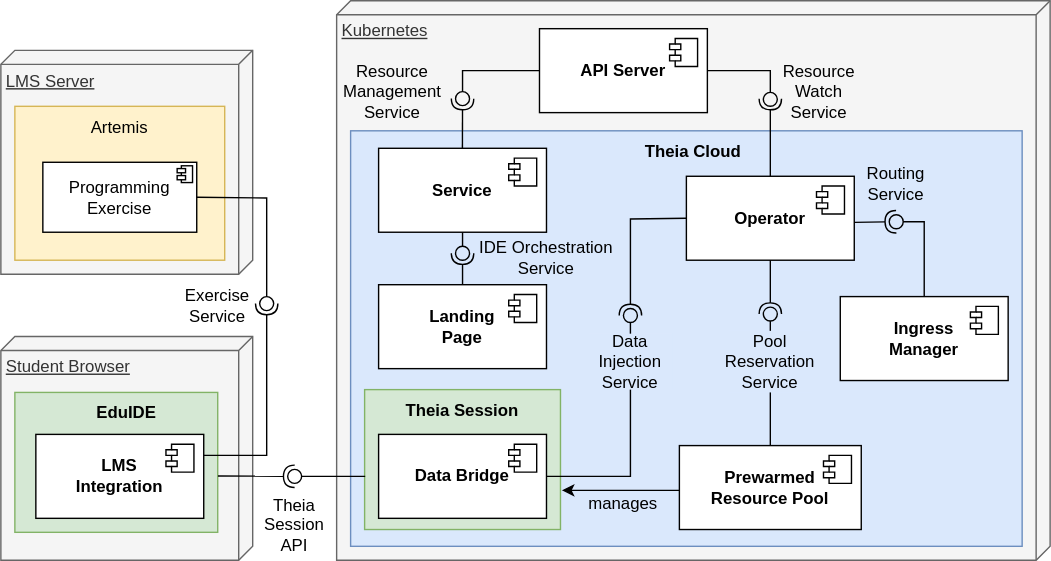
Before: figures/ssd4.svg, a diagram exported from draw.io (lukaskratzel/ba). Source tidied: cells renumbered, new cells last; positions are measured from the earlier drawing's top-left corner, leaving out a move shared by most shapes.
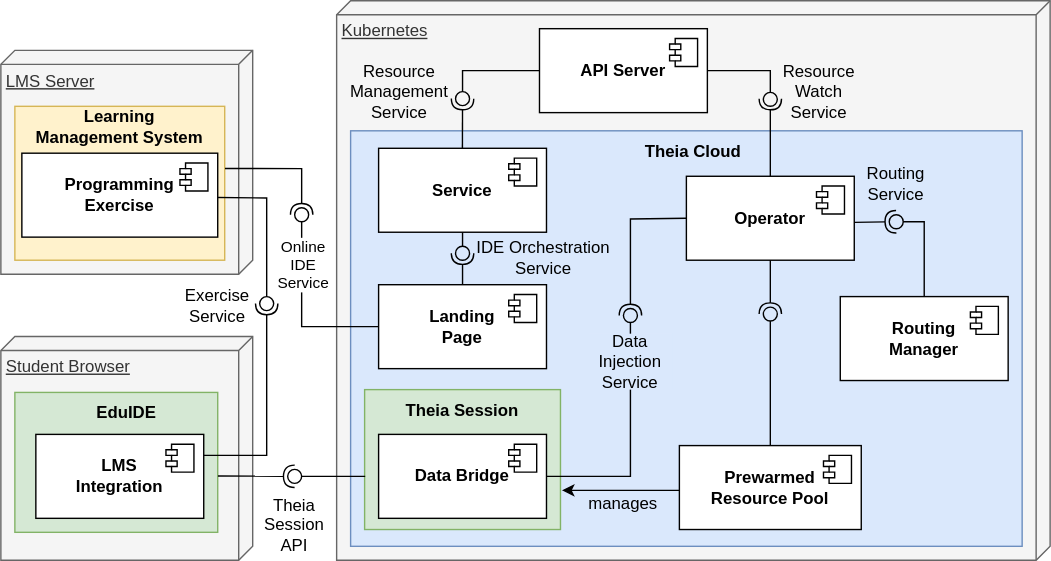
Later version of the same file.

The edit, as a diff of the source:
```diff
@@ -8,12 +8,9 @@
     <mxCell id="3" style="html=1;whiteSpace=wrap;fillColor=#fff2cc;strokeColor=#d6b656;" parent="1" vertex="1">
       <mxGeometry x="10" y="75.5" width="150" height="110" as="geometry" />
     </mxCell>
-    <mxCell id="4" value="Artemis" style="text;html=1;whiteSpace=wrap;strokeColor=none;fillColor=none;align=center;verticalAlign=middle;rounded=0;" parent="1" vertex="1">
-      <mxGeometry x="55" y="75.5" width="60" height="30" as="geometry" />
+    <mxCell id="4" value="&lt;b&gt;Learning&lt;/b&gt;&lt;div&gt;&lt;b&gt;Management System&lt;/b&gt;&lt;/div&gt;" style="text;html=1;whiteSpace=wrap;strokeColor=none;fillColor=none;align=center;verticalAlign=middle;rounded=0;fontStyle=0;" parent="1" vertex="1">
+      <mxGeometry x="10" y="75.5" width="150" height="30" as="geometry" />
     </mxCell>
-    <mxCell id="5" value="Programming Exercise" style="html=1;whiteSpace=wrap;" parent="1" vertex="1">
-      <mxGeometry x="30" y="115.5" width="110" height="50" as="geometry" />
-    </mxCell>
     <mxCell id="6" value="Kubernetes" style="verticalAlign=top;align=left;spacingTop=8;spacingLeft=2;spacingRight=12;shape=cube;size=10;direction=south;fontStyle=4;html=1;whiteSpace=wrap;shadow=0;fillStyle=auto;fillColor=#f5f5f5;fontColor=#333333;strokeColor=#666666;" parent="1" vertex="1">
       <mxGeometry x="240" width="510" height="400" as="geometry" />
     </mxCell>
@@ -23,18 +20,6 @@
     <mxCell id="8" style="ellipse;whiteSpace=wrap;html=1;align=center;fillColor=none;strokeColor=none;perimeter=centerPerimeter;" parent="1" vertex="1">
       <mxGeometry x="535" y="230" width="10" height="10" as="geometry" />
     </mxCell>
-    <mxCell id="9" style="group;" parent="1" vertex="1">
-      <mxGeometry x="126" y="118" width="11" height="12" as="geometry" />
-    </mxCell>
-    <mxCell id="10" style="rounded=0;whiteSpace=wrap;html=1;strokeWidth=1;" parent="9" vertex="1">
-      <mxGeometry x="3" width="8" height="12" as="geometry" />
-    </mxCell>
-    <mxCell id="11" style="rounded=0;whiteSpace=wrap;html=1;" parent="9" vertex="1">
-      <mxGeometry y="2" width="6" height="3" as="geometry" />
-    </mxCell>
-    <mxCell id="12" style="rounded=0;whiteSpace=wrap;html=1;" parent="9" vertex="1">
-      <mxGeometry y="7" width="6" height="3" as="geometry" />
-    </mxCell>
     <mxCell id="13" value="Student Browser" style="verticalAlign=top;align=left;spacingTop=8;spacingLeft=2;spacingRight=12;shape=cube;size=10;direction=south;fontStyle=4;html=1;whiteSpace=wrap;fillColor=#f5f5f5;fontColor=#333333;strokeColor=#666666;" parent="1" vertex="1">
       <mxGeometry y="240" width="180" height="160" as="geometry" />
     </mxCell>
@@ -96,7 +81,7 @@
         <mxPoint x="-27" y="7" as="offset" />
       </mxGeometry>
     </mxCell>
-    <mxCell id="30" value="&lt;b&gt;Ingress&lt;/b&gt;&lt;div&gt;&lt;b&gt;Manager&lt;/b&gt;&lt;/div&gt;" style="html=1;whiteSpace=wrap;" parent="1" vertex="1">
+    <mxCell id="30" value="&lt;b&gt;Routing&lt;/b&gt;&lt;div&gt;&lt;b&gt;Manager&lt;/b&gt;&lt;/div&gt;" style="html=1;whiteSpace=wrap;" parent="1" vertex="1">
       <mxGeometry x="600" y="211.5" width="120" height="60" as="geometry" />
     </mxCell>
     <mxCell id="31" style="shape=module;jettyWidth=8;jettyHeight=4;" parent="30" vertex="1">
@@ -108,7 +93,7 @@
       <mxGeometry x="610" y="115.5" width="60" height="30" as="geometry" />
     </mxCell>
     <mxCell id="33" value="Resource Management Service" style="text;html=1;whiteSpace=wrap;strokeColor=none;fillColor=none;align=center;verticalAlign=middle;rounded=0;" parent="1" vertex="1">
-      <mxGeometry x="250" y="50" width="60" height="30" as="geometry" />
+      <mxGeometry x="245" y="50" width="80" height="30" as="geometry" />
     </mxCell>
     <mxCell id="34" value="Resource&lt;div&gt;Watch&lt;/div&gt;&lt;div&gt;Service&lt;/div&gt;" style="text;html=1;whiteSpace=wrap;strokeColor=none;fillColor=none;align=center;verticalAlign=middle;rounded=0;" parent="1" vertex="1">
       <mxGeometry x="555" y="50" width="60" height="30" as="geometry" />
@@ -174,9 +159,6 @@
         <mxPoint x="550" y="224" as="targetPoint" />
       </mxGeometry>
     </mxCell>
-    <mxCell id="49" value="Pool&lt;div&gt;Reservation&lt;div&gt;Service&lt;/div&gt;&lt;/div&gt;" style="text;html=1;whiteSpace=wrap;strokeColor=none;fillColor=#dae8fc;align=center;verticalAlign=middle;rounded=0;" parent="1" vertex="1">
-      <mxGeometry x="520" y="236" width="60" height="44" as="geometry" />
-    </mxCell>
     <mxCell id="50" style="rounded=0;jettySize=auto;html=1;endArrow=halfCircle;endFill=0;endSize=6;strokeWidth=1;sketch=0;exitX=0;exitY=0.5;exitDx=0;exitDy=0;" parent="1" edge="1" source="26" target="52">
       <mxGeometry relative="1" as="geometry">
         <Array as="points">
@@ -242,7 +224,7 @@
       <mxGeometry x="325" y="175.5" width="10" height="10" as="geometry" />
     </mxCell>
     <mxCell id="64" value="IDE&amp;nbsp;&lt;span style=&quot;background-color: transparent; color: light-dark(rgb(0, 0, 0), rgb(255, 255, 255));&quot;&gt;Orchestration&lt;/span&gt;&lt;div&gt;Service&lt;/div&gt;" style="text;html=1;whiteSpace=wrap;strokeColor=none;fillColor=none;align=center;verticalAlign=middle;rounded=0;" parent="1" vertex="1">
-      <mxGeometry x="360" y="169" width="60" height="30" as="geometry" />
+      <mxGeometry x="338" y="169" width="100" height="30" as="geometry" />
     </mxCell>
     <mxCell id="65" style="rounded=0;jettySize=auto;html=1;endArrow=halfCircle;endFill=0;endSize=6;strokeWidth=1;sketch=0;exitX=1;exitY=0.25;exitDx=0;exitDy=0;entryX=0;entryY=0;entryDx=0;entryDy=0;entryPerimeter=0;" parent="1" edge="1" source="38" target="67">
       <mxGeometry relative="1" as="geometry">
@@ -251,8 +233,9 @@
         </Array>
       </mxGeometry>
     </mxCell>
-    <mxCell id="66" style="rounded=0;jettySize=auto;html=1;endArrow=oval;endFill=0;sketch=0;sourcePerimeterSpacing=0;targetPerimeterSpacing=0;endSize=10;exitX=1;exitY=0.5;exitDx=0;exitDy=0;" parent="1" edge="1" source="5" target="67">
+    <mxCell id="66" style="rounded=0;jettySize=auto;html=1;endArrow=oval;endFill=0;sketch=0;sourcePerimeterSpacing=0;targetPerimeterSpacing=0;endSize=10;exitX=1;exitY=0.5;exitDx=0;exitDy=0;" parent="1" edge="1" target="67">
       <mxGeometry relative="1" as="geometry">
+        <mxPoint x="140" y="140.5" as="sourcePoint" />
         <Array as="points">
           <mxPoint x="190" y="141" />
         </Array>
@@ -264,5 +247,32 @@
     <mxCell id="68" value="Exercise&lt;div&gt;Service&lt;/div&gt;" style="text;html=1;whiteSpace=wrap;strokeColor=none;fillColor=none;align=center;verticalAlign=middle;rounded=0;" parent="1" vertex="1">
       <mxGeometry x="125" y="203" width="60" height="30" as="geometry" />
     </mxCell>
+    <mxCell id="5" value="&lt;b&gt;Programming&lt;/b&gt;&lt;div&gt;&lt;b&gt;Exercise&lt;/b&gt;&lt;/div&gt;" style="html=1;whiteSpace=wrap;" parent="1" vertex="1">
+      <mxGeometry x="15" y="109" width="140" height="60" as="geometry" />
+    </mxCell>
+    <mxCell id="69" style="shape=module;jettyWidth=8;jettyHeight=4;" parent="5" vertex="1">
+      <mxGeometry x="1" width="20" height="20" relative="1" as="geometry">
+        <mxPoint x="-27" y="7" as="offset" />
+      </mxGeometry>
+    </mxCell>
+    <mxCell id="70" style="rounded=0;jettySize=auto;html=1;endArrow=halfCircle;endFill=0;endSize=6;strokeWidth=1;sketch=0;exitX=0.528;exitY=0.11;exitDx=0;exitDy=0;exitPerimeter=0;" parent="1" edge="1" source="2">
+      <mxGeometry relative="1" as="geometry">
+        <mxPoint x="215" y="153" as="targetPoint" />
+        <Array as="points">
+          <mxPoint x="215" y="120" />
+        </Array>
+      </mxGeometry>
+    </mxCell>
+    <mxCell id="71" style="rounded=0;jettySize=auto;html=1;endArrow=oval;endFill=0;sketch=0;sourcePerimeterSpacing=0;targetPerimeterSpacing=0;endSize=10;exitX=0;exitY=0.5;exitDx=0;exitDy=0;" parent="1" edge="1" source="36">
+      <mxGeometry relative="1" as="geometry">
+        <mxPoint x="215" y="153" as="targetPoint" />
+        <Array as="points">
+          <mxPoint x="215" y="233" />
+        </Array>
+      </mxGeometry>
+    </mxCell>
+    <mxCell id="72" value="Online&lt;div&gt;IDE&lt;/div&gt;&lt;div&gt;Service&lt;/div&gt;" style="edgeLabel;html=1;align=center;verticalAlign=middle;" parent="71" vertex="1">
+      <mxGeometry x="0.48" relative="1" as="geometry" />
+    </mxCell>
   </root>
 </mxGraphModel>
```
